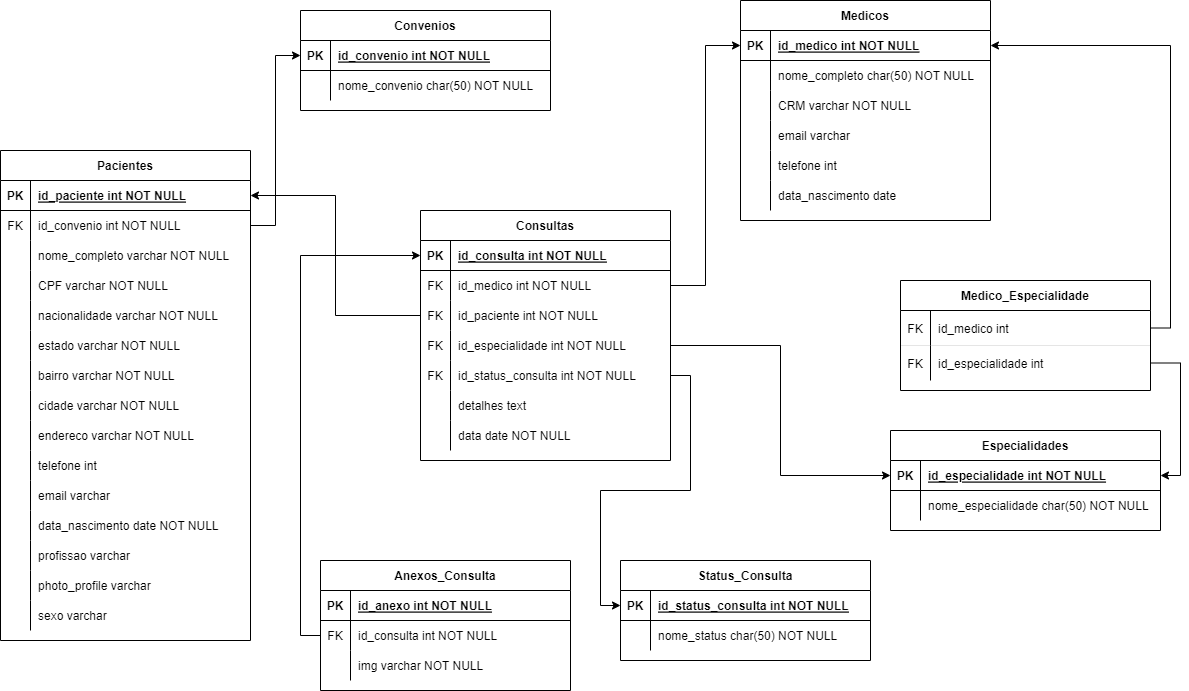
Earlier version of the draw.io export diagram_database/Diagrama_Sistema_Agendamento_Medico_ER.drawio.png (gusouza97/Project-Sistema-de-Agendamento-Medico). Source tidied: cells renumbered, new cells last; positions are measured from the earlier drawing's top-left corner, leaving out a move shared by most shapes.
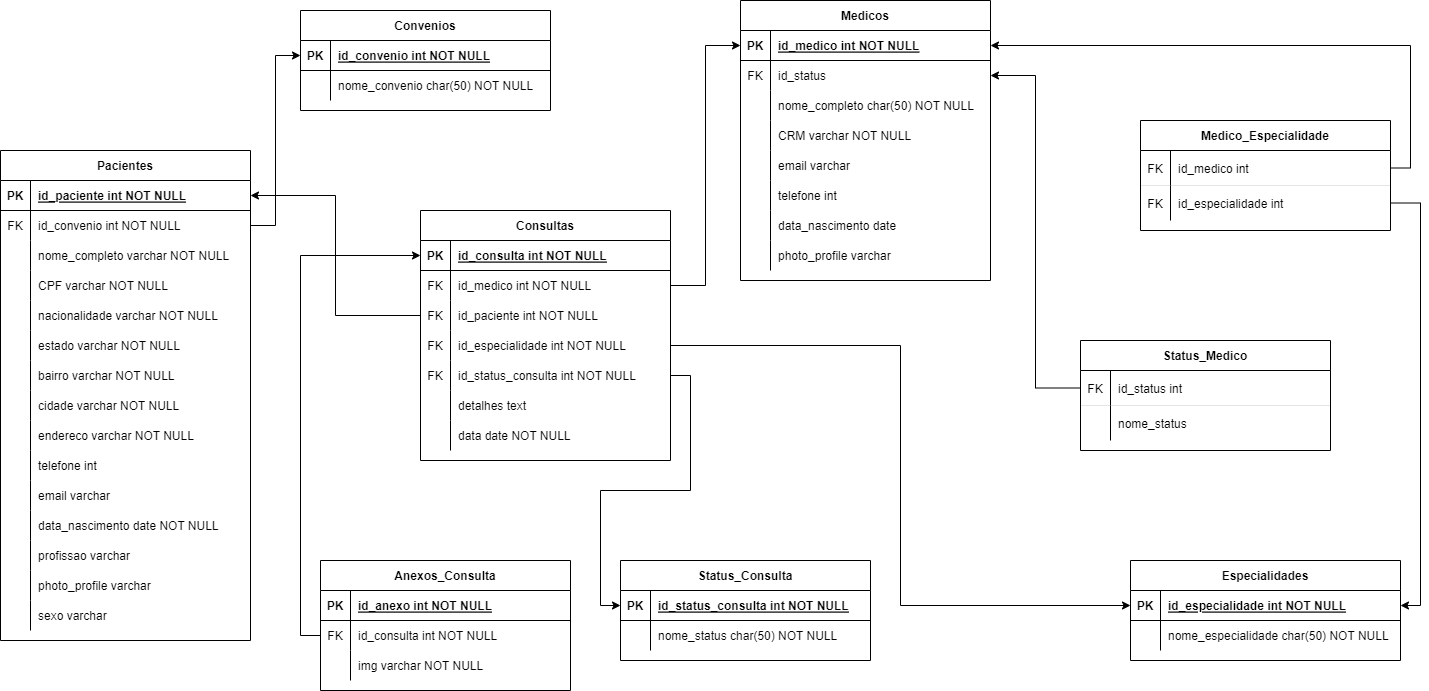
After the change.

Change to the diagram source:
```diff
@@ -258,7 +258,7 @@
       <mxGeometry x="30" width="220" height="30" as="geometry" />
     </mxCell>
     <mxCell id="87" value="Medicos" style="shape=table;startSize=30;rowLines=0;fontStyle=1;align=center;" parent="1" vertex="1">
-      <mxGeometry x="740" width="250" height="220" as="geometry" />
+      <mxGeometry x="740" width="250" height="280" as="geometry" />
     </mxCell>
     <mxCell id="88" style="shape=partialRectangle;fillColor=none;points=[[0,0.5],[1,0.5]];portConstraint=eastwest;top=0;left=0;right=0;bottom=1;" parent="87" vertex="1">
       <mxGeometry y="30" width="250" height="30" as="geometry" />
@@ -269,8 +269,17 @@
     <mxCell id="90" value="id_medico int NOT NULL " style="shape=partialRectangle;overflow=hidden;fillColor=none;top=0;left=0;bottom=0;right=0;align=left;spacingLeft=6;fontStyle=5;" parent="88" vertex="1">
       <mxGeometry x="30" width="220" height="30" as="geometry" />
     </mxCell>
+    <mxCell id="135" style="shape=partialRectangle;fillColor=none;points=[[0,0.5],[1,0.5]];portConstraint=eastwest;top=0;left=0;right=0;bottom=0;" parent="87" vertex="1">
+      <mxGeometry y="60" width="250" height="30" as="geometry" />
+    </mxCell>
+    <mxCell id="136" value="FK" style="shape=partialRectangle;overflow=hidden;fillColor=none;top=0;left=0;bottom=0;right=0;" parent="135" vertex="1">
+      <mxGeometry width="30" height="30" as="geometry" />
+    </mxCell>
+    <mxCell id="137" value="id_status" style="shape=partialRectangle;overflow=hidden;fillColor=none;top=0;left=0;bottom=0;right=0;align=left;spacingLeft=6;" parent="135" vertex="1">
+      <mxGeometry x="30" width="220" height="30" as="geometry" />
+    </mxCell>
     <mxCell id="91" style="shape=partialRectangle;fillColor=none;top=0;left=0;right=0;bottom=0;" parent="87" vertex="1">
-      <mxGeometry y="60" width="250" height="30" as="geometry" />
+      <mxGeometry y="90" width="250" height="30" as="geometry" />
     </mxCell>
     <mxCell id="92" style="shape=partialRectangle;overflow=hidden;fillColor=none;top=0;left=0;bottom=0;right=0;" parent="91" vertex="1">
       <mxGeometry width="30" height="30" as="geometry" />
@@ -279,7 +288,7 @@
       <mxGeometry x="30" width="220" height="30" as="geometry" />
     </mxCell>
     <mxCell id="94" style="shape=partialRectangle;fillColor=none;top=0;left=0;right=0;bottom=0;" parent="87" vertex="1">
-      <mxGeometry y="90" width="250" height="30" as="geometry" />
+      <mxGeometry y="120" width="250" height="30" as="geometry" />
     </mxCell>
     <mxCell id="95" style="shape=partialRectangle;overflow=hidden;fillColor=none;top=0;left=0;bottom=0;right=0;" parent="94" vertex="1">
       <mxGeometry width="30" height="30" as="geometry" />
@@ -288,7 +297,7 @@
       <mxGeometry x="30" width="220" height="30" as="geometry" />
     </mxCell>
     <mxCell id="97" style="shape=partialRectangle;fillColor=none;top=0;left=0;right=0;bottom=0;" parent="87" vertex="1">
-      <mxGeometry y="120" width="250" height="30" as="geometry" />
+      <mxGeometry y="150" width="250" height="30" as="geometry" />
     </mxCell>
     <mxCell id="98" style="shape=partialRectangle;overflow=hidden;fillColor=none;top=0;left=0;bottom=0;right=0;" parent="97" vertex="1">
       <mxGeometry width="30" height="30" as="geometry" />
@@ -297,7 +306,7 @@
       <mxGeometry x="30" width="220" height="30" as="geometry" />
     </mxCell>
     <mxCell id="100" style="shape=partialRectangle;fillColor=none;top=0;left=0;right=0;bottom=0;" parent="87" vertex="1">
-      <mxGeometry y="150" width="250" height="30" as="geometry" />
+      <mxGeometry y="180" width="250" height="30" as="geometry" />
     </mxCell>
     <mxCell id="101" style="shape=partialRectangle;overflow=hidden;fillColor=none;top=0;left=0;bottom=0;right=0;" parent="100" vertex="1">
       <mxGeometry width="30" height="30" as="geometry" />
@@ -306,7 +315,7 @@
       <mxGeometry x="30" width="220" height="30" as="geometry" />
     </mxCell>
     <mxCell id="103" style="shape=partialRectangle;fillColor=none;top=0;left=0;right=0;bottom=0;" parent="87" vertex="1">
-      <mxGeometry y="180" width="250" height="30" as="geometry" />
+      <mxGeometry y="210" width="250" height="30" as="geometry" />
     </mxCell>
     <mxCell id="104" style="shape=partialRectangle;overflow=hidden;fillColor=none;top=0;left=0;bottom=0;right=0;" parent="103" vertex="1">
       <mxGeometry width="30" height="30" as="geometry" />
@@ -314,8 +323,17 @@
     <mxCell id="105" value="data_nascimento date" style="shape=partialRectangle;overflow=hidden;fillColor=none;top=0;left=0;bottom=0;right=0;align=left;spacingLeft=6;" parent="103" vertex="1">
       <mxGeometry x="30" width="220" height="30" as="geometry" />
     </mxCell>
+    <mxCell id="138" style="shape=partialRectangle;fillColor=none;top=0;left=0;right=0;bottom=0;" parent="87" vertex="1">
+      <mxGeometry y="240" width="250" height="30" as="geometry" />
+    </mxCell>
+    <mxCell id="139" style="shape=partialRectangle;overflow=hidden;fillColor=none;top=0;left=0;bottom=0;right=0;" parent="138" vertex="1">
+      <mxGeometry width="30" height="30" as="geometry" />
+    </mxCell>
+    <mxCell id="140" value="photo_profile varchar" style="shape=partialRectangle;overflow=hidden;fillColor=none;top=0;left=0;bottom=0;right=0;align=left;spacingLeft=6;" parent="138" vertex="1">
+      <mxGeometry x="30" width="220" height="30" as="geometry" />
+    </mxCell>
     <mxCell id="106" value="Medico_Especialidade" style="shape=table;startSize=30;rowLines=0;fontStyle=1;align=center;" parent="1" vertex="1">
-      <mxGeometry x="900" y="280" width="250" height="110" as="geometry" />
+      <mxGeometry x="1140" y="120" width="250" height="110" as="geometry" />
     </mxCell>
     <mxCell id="107" style="shape=partialRectangle;fillColor=none;points=[[0,0.5],[1,0.5]];portConstraint=eastwest;top=0;left=0;right=0;bottom=1;strokeWidth=0;" parent="106" vertex="1">
       <mxGeometry y="30" width="250" height="35" as="geometry" />
@@ -336,7 +354,7 @@
       <mxGeometry x="30" width="220" height="35" as="geometry" />
     </mxCell>
     <mxCell id="113" value="Especialidades" style="shape=table;startSize=30;rowLines=0;fontStyle=1;align=center;" parent="1" vertex="1">
-      <mxGeometry x="890" y="430" width="270" height="100" as="geometry" />
+      <mxGeometry x="1130" y="560" width="270" height="100" as="geometry" />
     </mxCell>
     <mxCell id="114" style="shape=partialRectangle;fillColor=none;points=[[0,0.5],[1,0.5]];portConstraint=eastwest;top=0;left=0;right=0;bottom=1;" parent="113" vertex="1">
       <mxGeometry y="30" width="270" height="30" as="geometry" />
@@ -401,5 +419,29 @@
     <mxCell id="134" style="edgeStyle=orthogonalEdgeStyle;rounded=0;jettySize=auto;html=1;exitX=0;exitY=0.5;exitDx=0;exitDy=0;entryX=0;entryY=0.5;entryDx=0;entryDy=0;" parent="1" edge="1" source="35" target="3">
       <mxGeometry relative="1" as="geometry" />
     </mxCell>
+    <mxCell id="141" value="Status_Medico" style="shape=table;startSize=30;rowLines=0;fontStyle=1;align=center;" parent="1" vertex="1">
+      <mxGeometry x="1080" y="340" width="250" height="110" as="geometry" />
+    </mxCell>
+    <mxCell id="142" style="shape=partialRectangle;fillColor=none;points=[[0,0.5],[1,0.5]];portConstraint=eastwest;top=0;left=0;right=0;bottom=1;strokeWidth=0;" parent="141" vertex="1">
+      <mxGeometry y="30" width="250" height="35" as="geometry" />
+    </mxCell>
+    <mxCell id="143" value="FK" style="shape=partialRectangle;overflow=hidden;fillColor=none;top=0;left=0;bottom=0;right=0;fontStyle=0;strokeColor=none;" parent="142" vertex="1">
+      <mxGeometry width="30" height="35" as="geometry" />
+    </mxCell>
+    <mxCell id="144" value="id_status int" style="shape=partialRectangle;overflow=hidden;fillColor=none;top=0;left=0;bottom=0;right=0;align=left;spacingLeft=6;fontStyle=0;" parent="142" vertex="1">
+      <mxGeometry x="30" width="220" height="35" as="geometry" />
+    </mxCell>
+    <mxCell id="145" style="shape=partialRectangle;fillColor=none;top=0;left=0;right=0;bottom=1;strokeColor=none;" parent="141" vertex="1">
+      <mxGeometry y="65" width="250" height="35" as="geometry" />
+    </mxCell>
+    <mxCell id="146" style="shape=partialRectangle;overflow=hidden;fillColor=none;top=0;left=0;bottom=0;right=0;fontStyle=0;strokeWidth=0;" parent="145" vertex="1">
+      <mxGeometry width="30" height="35" as="geometry" />
+    </mxCell>
+    <mxCell id="147" value="nome_status" style="shape=partialRectangle;overflow=hidden;fillColor=none;top=0;left=0;bottom=0;right=0;align=left;spacingLeft=6;fontStyle=0;strokeWidth=0;strokeColor=none;" parent="145" vertex="1">
+      <mxGeometry x="30" width="220" height="35" as="geometry" />
+    </mxCell>
+    <mxCell id="148" style="edgeStyle=orthogonalEdgeStyle;rounded=0;jettySize=auto;html=1;exitX=0;exitY=0.5;exitDx=0;exitDy=0;entryX=1;entryY=0.5;entryDx=0;entryDy=0;" parent="1" edge="1" source="142" target="135">
+      <mxGeometry relative="1" as="geometry" />
+    </mxCell>
   </root>
 </mxGraphModel>
```
